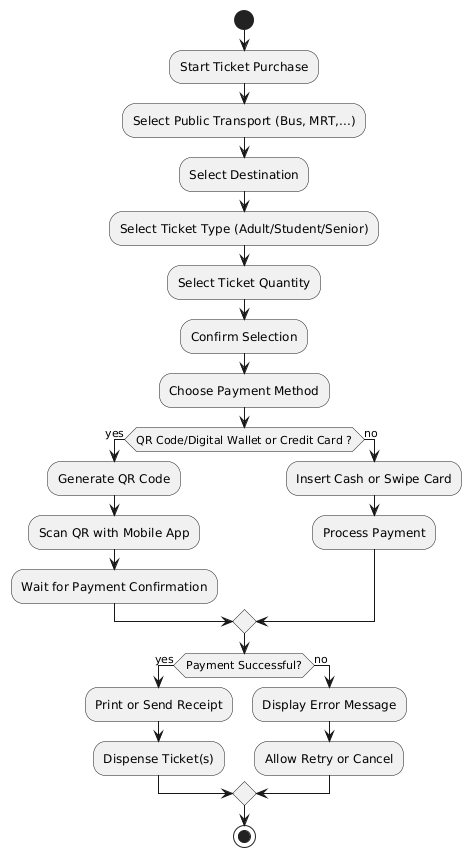
Above: ActivityDiagram/BuyATicket.png in Dranov220805/Ticket_Vendor_Machine (PlantUML), before the change. Source of this version:
```plantuml
@startuml
start

:Start Ticket Purchase;
:Select Public Transport (Bus, MRT,...);
:Select Destination;
:Select Ticket Type (Adult/Student/Senior);
:Select Ticket Quantity;
:Confirm Selection;

:Choose Payment Method;
if (QR Code/Digital Wallet or Credit Card ?) then (yes)
  :Generate QR Code;
  :Scan QR with Mobile App;
  :Wait for Payment Confirmation;
else (no)
  :Insert Cash or Swipe Card;
  :Process Payment;
endif

if (Payment Successful?) then (yes)
  :Print or Send Receipt;
  :Dispense Ticket(s);
else (no)
  :Display Error Message;
  :Allow Retry or Cancel;
endif

stop
@enduml
```
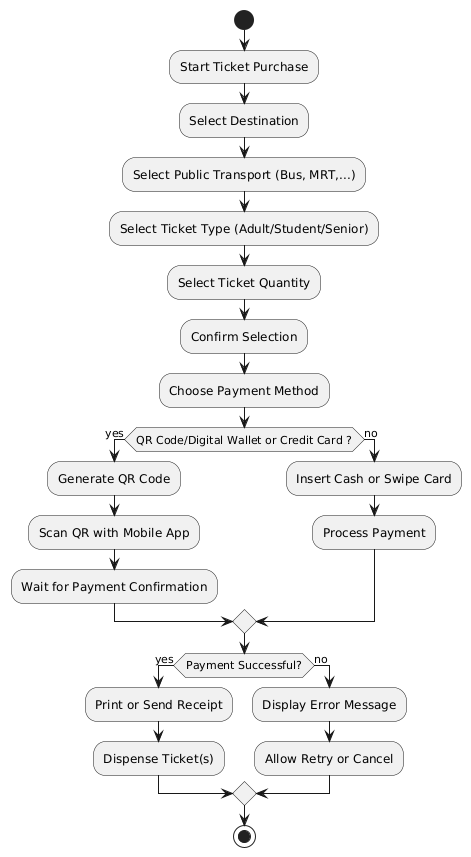
After the change.

Diff of the diagram source:
```diff
@@ -2,8 +2,8 @@
 start
 
 :Start Ticket Purchase;
+:Select Destination;
 :Select Public Transport (Bus, MRT,...);
-:Select Destination;
 :Select Ticket Type (Adult/Student/Senior);
 :Select Ticket Quantity;
 :Confirm Selection;
```
